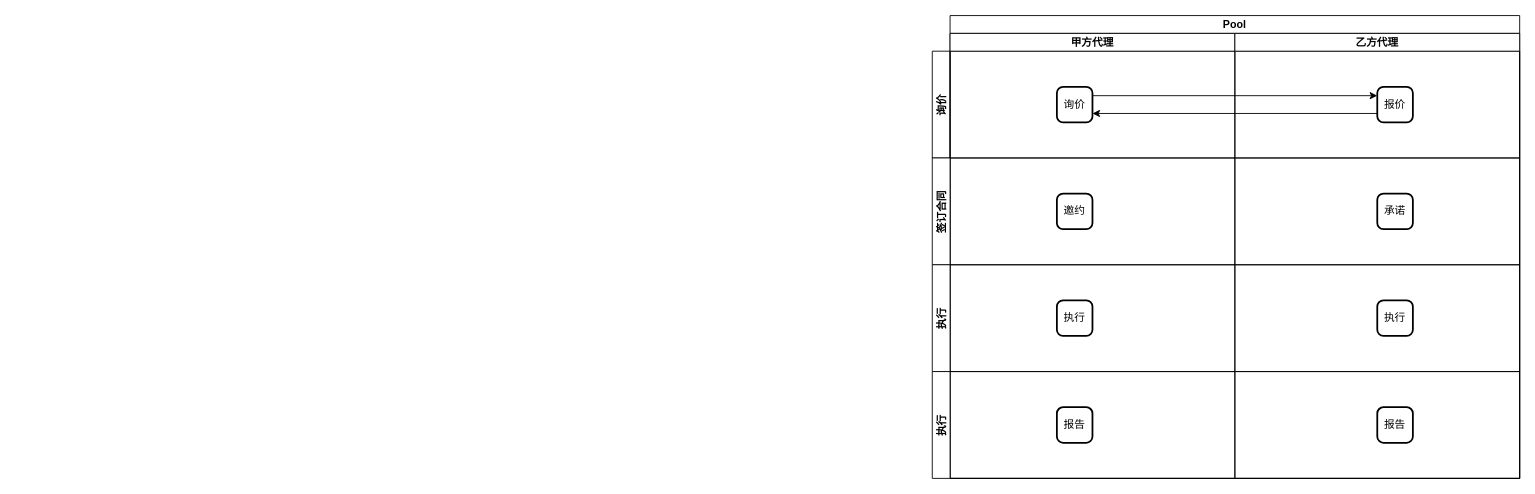
The draw.io diagram page "代理流程图" (1 of 2) of sso-server/Untitled Diagram.drawio in suoyizhehe/simple-sso, before the edit. Source tidied: cells renumbered, new cells numbered last; positions are measured from the earlier drawing's top-left corner, leaving out a move shared by most shapes. Both pictures are drawn from the tidied source at 89%, with x=0, y=0 at pixel (932, 15).
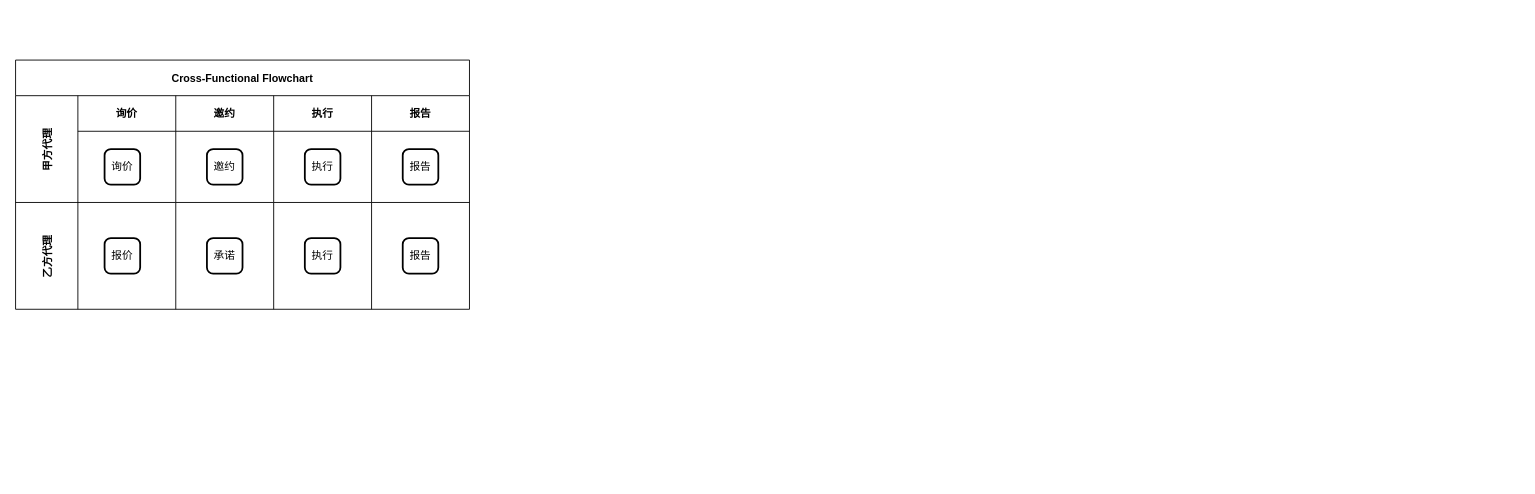
The same page after the edit.

The edit, as a diff of the source:
```diff
@@
+    <mxCell id="19" value="Cross-Functional Flowchart" style="shape=table;childLayout=tableLayout;startSize=40;fontStyle=1;" parent="1" vertex="1">
+      <mxGeometry x="-1030" y="50" width="510" height="280" as="geometry" />
+    </mxCell>
+    <mxCell id="6" value="甲方代理" style="shape=tableRow;horizontal=0;startSize=70;swimlaneHead=0;swimlaneBody=0;top=0;left=0;bottom=0;right=0;fillColor=none;fontStyle=1;" parent="19" vertex="1">
+      <mxGeometry y="40" width="510" height="120" as="geometry" />
+    </mxCell>
-    <mxCell id="2" value="询价" style="swimlane;startSize=20;horizontal=0;" parent="1" vertex="1">
-      <mxGeometry y="40" width="660" height="120" as="geometry" />
+    <mxCell id="2" value="询价" style="swimlane;swimlaneHead=0;swimlaneBody=0;fontStyle=0;fillColor=none;startSize=40;fontStyle=1;" parent="6" vertex="1">
+      <mxGeometry x="70" width="110" height="120" as="geometry" />
     </mxCell>
-    <mxCell id="3" value="Pool" style="swimlane;startSize=20;" parent="1" vertex="1">
-      <mxGeometry x="20" width="640" height="520" as="geometry" />
-    </mxCell>
-    <mxCell id="4" style="edgeStyle=orthogonalEdgeStyle;rounded=0;jettySize=auto;html=1;exitX=1;exitY=0.25;exitDx=0;exitDy=0;entryX=0;entryY=0.25;entryDx=0;entryDy=0;" parent="3" edge="1" source="7" target="9">
-      <mxGeometry relative="1" as="geometry" />
-    </mxCell>
-    <mxCell id="5" style="rounded=0;jettySize=auto;html=1;entryX=1;entryY=0.75;entryDx=0;entryDy=0;exitX=0;exitY=0.75;exitDx=0;exitDy=0;" parent="3" edge="1" source="9" target="7">
-      <mxGeometry relative="1" as="geometry" />
-    </mxCell>
-    <mxCell id="6" value="甲方代理" style="swimlane;startSize=20;" parent="3" vertex="1">
-      <mxGeometry y="20" width="320" height="500" as="geometry" />
-    </mxCell>
-    <mxCell id="7" value="询价" style="rounded=1;whiteSpace=wrap;html=1;absoluteArcSize=1;arcSize=14;strokeWidth=2;" parent="6" vertex="1">
-      <mxGeometry x="120" y="60" width="40" height="40" as="geometry" />
+    <mxCell id="7" value="询价" style="rounded=1;whiteSpace=wrap;html=1;absoluteArcSize=1;arcSize=14;strokeWidth=2;" parent="2" vertex="1">
+      <mxGeometry x="30" y="60" width="40" height="40" as="geometry" />
     </mxCell>
+    <mxCell id="20" value="邀约" style="swimlane;swimlaneHead=0;swimlaneBody=0;fontStyle=0;fillColor=none;startSize=40;fontStyle=1;" parent="6" vertex="1">
+      <mxGeometry x="180" width="110" height="120" as="geometry" />
+    </mxCell>
+    <mxCell id="11" value="邀约" style="rounded=1;whiteSpace=wrap;html=1;absoluteArcSize=1;arcSize=14;strokeWidth=2;" parent="20" vertex="1">
+      <mxGeometry x="35" y="60" width="40" height="40" as="geometry" />
+    </mxCell>
+    <mxCell id="21" value="执行" style="swimlane;swimlaneHead=0;swimlaneBody=0;fontStyle=0;fillColor=none;startSize=40;fontStyle=1;" parent="6" vertex="1">
+      <mxGeometry x="290" width="110" height="120" as="geometry" />
+    </mxCell>
+    <mxCell id="14" value="执行" style="rounded=1;whiteSpace=wrap;html=1;absoluteArcSize=1;arcSize=14;strokeWidth=2;" parent="21" vertex="1">
+      <mxGeometry x="35" y="60" width="40" height="40" as="geometry" />
+    </mxCell>
+    <mxCell id="22" value="报告" style="swimlane;swimlaneHead=0;swimlaneBody=0;fontStyle=0;fillColor=none;startSize=40;fontStyle=1;" parent="6" vertex="1">
+      <mxGeometry x="400" width="110" height="120" as="geometry" />
+    </mxCell>
+    <mxCell id="18" value="报告" style="rounded=1;whiteSpace=wrap;html=1;absoluteArcSize=1;arcSize=14;strokeWidth=2;" parent="22" vertex="1">
+      <mxGeometry x="35" y="60" width="40" height="40" as="geometry" />
+    </mxCell>
-    <mxCell id="8" value="乙方代理" style="swimlane;startSize=20;" parent="3" vertex="1">
-      <mxGeometry x="320" y="20" width="320" height="500" as="geometry" />
+    <mxCell id="8" value="乙方代理" style="shape=tableRow;horizontal=0;startSize=70;swimlaneHead=0;swimlaneBody=0;top=0;left=0;bottom=0;right=0;fillColor=none;fontStyle=1;" parent="19" vertex="1">
+      <mxGeometry y="160" width="510" height="120" as="geometry" />
     </mxCell>
+    <mxCell id="23" style="swimlane;swimlaneHead=0;swimlaneBody=0;fontStyle=0;fillColor=none;startSize=0;fontStyle=1;" parent="8" vertex="1">
+      <mxGeometry x="70" width="110" height="120" as="geometry" />
+    </mxCell>
-    <mxCell id="9" value="报价" style="rounded=1;whiteSpace=wrap;html=1;absoluteArcSize=1;arcSize=14;strokeWidth=2;" parent="8" vertex="1">
-      <mxGeometry x="160" y="60" width="40" height="40" as="geometry" />
+    <mxCell id="9" value="报价" style="rounded=1;whiteSpace=wrap;html=1;absoluteArcSize=1;arcSize=14;strokeWidth=2;" parent="23" vertex="1">
+      <mxGeometry x="30" y="40" width="40" height="40" as="geometry" />
     </mxCell>
-    <mxCell id="10" value="签订合同" style="swimlane;startSize=20;horizontal=0;" parent="1" vertex="1">
-      <mxGeometry y="160" width="660" height="120" as="geometry" />
-    </mxCell>
-    <mxCell id="11" value="邀约" style="rounded=1;whiteSpace=wrap;html=1;absoluteArcSize=1;arcSize=14;strokeWidth=2;" parent="10" vertex="1">
-      <mxGeometry x="140" y="40" width="40" height="40" as="geometry" />
-    </mxCell>
+    <mxCell id="24" style="swimlane;swimlaneHead=0;swimlaneBody=0;fontStyle=0;fillColor=none;startSize=0;fontStyle=1;" parent="8" vertex="1">
+      <mxGeometry x="180" width="110" height="120" as="geometry" />
+    </mxCell>
-    <mxCell id="12" value="承诺" style="rounded=1;whiteSpace=wrap;html=1;absoluteArcSize=1;arcSize=14;strokeWidth=2;" parent="10" vertex="1">
-      <mxGeometry x="500" y="40" width="40" height="40" as="geometry" />
+    <mxCell id="12" value="承诺" style="rounded=1;whiteSpace=wrap;html=1;absoluteArcSize=1;arcSize=14;strokeWidth=2;" parent="24" vertex="1">
+      <mxGeometry x="35" y="40" width="40" height="40" as="geometry" />
     </mxCell>
-    <mxCell id="13" value="执行" style="swimlane;startSize=20;horizontal=0;" parent="1" vertex="1">
-      <mxGeometry y="280" width="660" height="120" as="geometry" />
-    </mxCell>
-    <mxCell id="14" value="执行" style="rounded=1;whiteSpace=wrap;html=1;absoluteArcSize=1;arcSize=14;strokeWidth=2;" parent="13" vertex="1">
-      <mxGeometry x="140" y="40" width="40" height="40" as="geometry" />
-    </mxCell>
+    <mxCell id="25" style="swimlane;swimlaneHead=0;swimlaneBody=0;fontStyle=0;fillColor=none;startSize=0;fontStyle=1;" parent="8" vertex="1">
+      <mxGeometry x="290" width="110" height="120" as="geometry" />
+    </mxCell>
-    <mxCell id="15" value="执行" style="rounded=1;whiteSpace=wrap;html=1;absoluteArcSize=1;arcSize=14;strokeWidth=2;" parent="13" vertex="1">
-      <mxGeometry x="500" y="40" width="40" height="40" as="geometry" />
+    <mxCell id="15" value="执行" style="rounded=1;whiteSpace=wrap;html=1;absoluteArcSize=1;arcSize=14;strokeWidth=2;" parent="25" vertex="1">
+      <mxGeometry x="35" y="40" width="40" height="40" as="geometry" />
     </mxCell>
-    <mxCell id="16" value="执行" style="swimlane;startSize=20;horizontal=0;" parent="1" vertex="1">
-      <mxGeometry y="400" width="660" height="120" as="geometry" />
-    </mxCell>
+    <mxCell id="26" style="swimlane;swimlaneHead=0;swimlaneBody=0;fontStyle=0;fillColor=none;startSize=0;fontStyle=1;" parent="8" vertex="1">
+      <mxGeometry x="400" width="110" height="120" as="geometry" />
+    </mxCell>
-    <mxCell id="17" value="报告" style="rounded=1;whiteSpace=wrap;html=1;absoluteArcSize=1;arcSize=14;strokeWidth=2;" parent="16" vertex="1">
-      <mxGeometry x="140" y="40" width="40" height="40" as="geometry" />
+    <mxCell id="17" value="报告" style="rounded=1;whiteSpace=wrap;html=1;absoluteArcSize=1;arcSize=14;strokeWidth=2;" parent="26" vertex="1">
+      <mxGeometry x="35" y="40" width="40" height="40" as="geometry" />
     </mxCell>
-    <mxCell id="18" value="报告" style="rounded=1;whiteSpace=wrap;html=1;absoluteArcSize=1;arcSize=14;strokeWidth=2;" parent="16" vertex="1">
-      <mxGeometry x="500" y="40" width="40" height="40" as="geometry" />
-    </mxCell>
```
